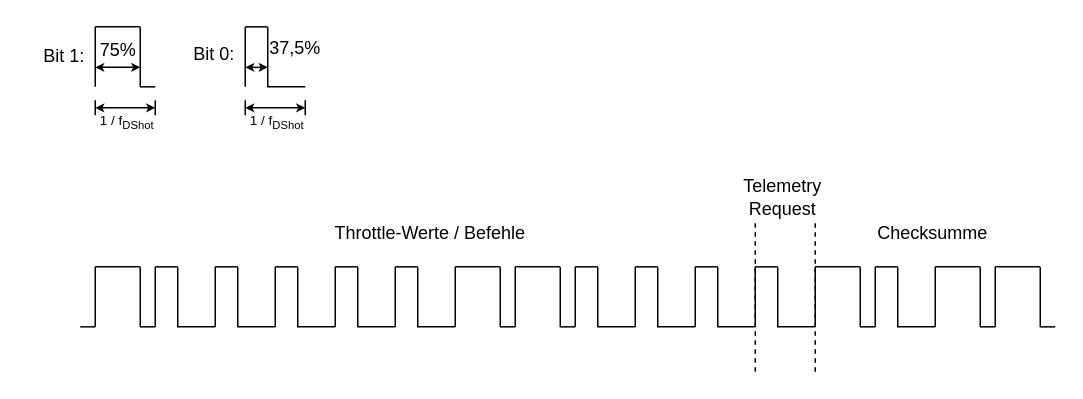
Above: page "DShot" (7 of 7) of Dokumentation/Bilder/Bilder Lendl/Bilder.drawio in FrogMoment/FPV_Drohne_202324 (draw.io), before the change. Source tidied: cells renumbered, new cells numbered last; positions are measured from the earlier drawing's top-left corner, leaving out a move shared by most shapes. Both pictures are drawn from the tidied source at 150%, with x=0, y=0 at pixel (26, 26).
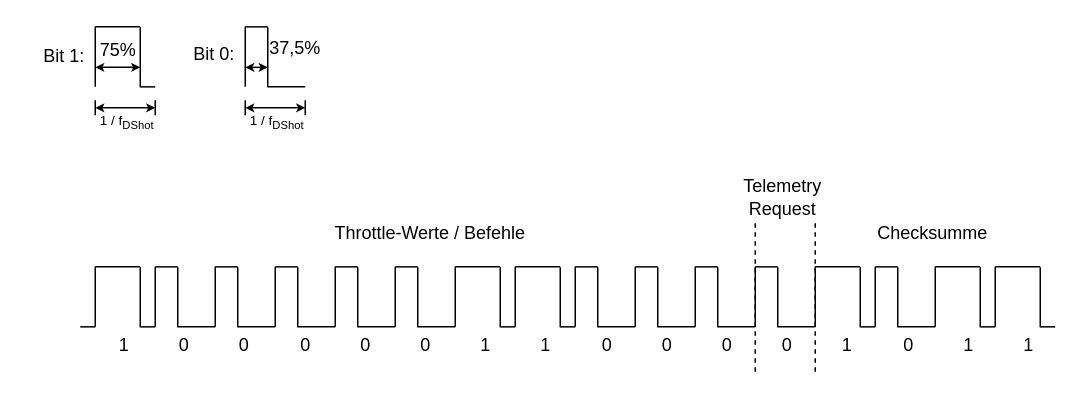
Above is the later version.

Diff of the diagram source:
```diff
@@
+    <mxCell id="96" style="group;" parent="1" vertex="1">
+      <mxGeometry x="50" y="198" width="633" height="30" as="geometry" />
+    </mxCell>
+    <mxCell id="97" value="1" style="text;html=1;align=center;verticalAlign=middle;strokeColor=none;fillColor=none;" parent="96" vertex="1">
+      <mxGeometry width="30" height="30" as="geometry" />
+    </mxCell>
+    <mxCell id="98" value="0" style="text;html=1;align=center;verticalAlign=middle;strokeColor=none;fillColor=none;" parent="96" vertex="1">
+      <mxGeometry x="40" width="30" height="30" as="geometry" />
+    </mxCell>
+    <mxCell id="99" value="0" style="text;html=1;align=center;verticalAlign=middle;strokeColor=none;fillColor=none;" parent="96" vertex="1">
+      <mxGeometry x="80" width="30" height="30" as="geometry" />
+    </mxCell>
+    <mxCell id="100" value="0" style="text;html=1;align=center;verticalAlign=middle;strokeColor=none;fillColor=none;" parent="96" vertex="1">
+      <mxGeometry x="121" width="30" height="30" as="geometry" />
+    </mxCell>
+    <mxCell id="101" value="0" style="text;html=1;align=center;verticalAlign=middle;strokeColor=none;fillColor=none;" parent="96" vertex="1">
+      <mxGeometry x="161" width="30" height="30" as="geometry" />
+    </mxCell>
+    <mxCell id="102" value="0" style="text;html=1;align=center;verticalAlign=middle;strokeColor=none;fillColor=none;" parent="96" vertex="1">
+      <mxGeometry x="201" width="30" height="30" as="geometry" />
+    </mxCell>
+    <mxCell id="103" value="1" style="text;html=1;align=center;verticalAlign=middle;strokeColor=none;fillColor=none;" parent="96" vertex="1">
+      <mxGeometry x="241" width="30" height="30" as="geometry" />
+    </mxCell>
+    <mxCell id="104" value="1" style="text;html=1;align=center;verticalAlign=middle;strokeColor=none;fillColor=none;" parent="96" vertex="1">
+      <mxGeometry x="281" width="30" height="30" as="geometry" />
+    </mxCell>
+    <mxCell id="105" value="0" style="text;html=1;align=center;verticalAlign=middle;strokeColor=none;fillColor=none;" parent="96" vertex="1">
+      <mxGeometry x="322" width="30" height="30" as="geometry" />
+    </mxCell>
+    <mxCell id="106" value="0" style="text;html=1;align=center;verticalAlign=middle;strokeColor=none;fillColor=none;" parent="96" vertex="1">
+      <mxGeometry x="362" width="30" height="30" as="geometry" />
+    </mxCell>
+    <mxCell id="107" value="0" style="text;html=1;align=center;verticalAlign=middle;strokeColor=none;fillColor=none;" parent="96" vertex="1">
+      <mxGeometry x="402" width="30" height="30" as="geometry" />
+    </mxCell>
+    <mxCell id="108" value="0" style="text;html=1;align=center;verticalAlign=middle;strokeColor=none;fillColor=none;" parent="96" vertex="1">
+      <mxGeometry x="442" width="30" height="30" as="geometry" />
+    </mxCell>
+    <mxCell id="109" value="1" style="text;html=1;align=center;verticalAlign=middle;strokeColor=none;fillColor=none;" parent="96" vertex="1">
+      <mxGeometry x="482" width="30" height="30" as="geometry" />
+    </mxCell>
+    <mxCell id="110" value="0" style="text;html=1;align=center;verticalAlign=middle;strokeColor=none;fillColor=none;" parent="96" vertex="1">
+      <mxGeometry x="523" width="30" height="30" as="geometry" />
+    </mxCell>
+    <mxCell id="111" value="1" style="text;html=1;align=center;verticalAlign=middle;strokeColor=none;fillColor=none;" parent="96" vertex="1">
+      <mxGeometry x="563" width="30" height="30" as="geometry" />
+    </mxCell>
+    <mxCell id="112" value="1" style="text;html=1;align=center;verticalAlign=middle;strokeColor=none;fillColor=none;" parent="96" vertex="1">
+      <mxGeometry x="603" width="30" height="30" as="geometry" />
+    </mxCell>
```
